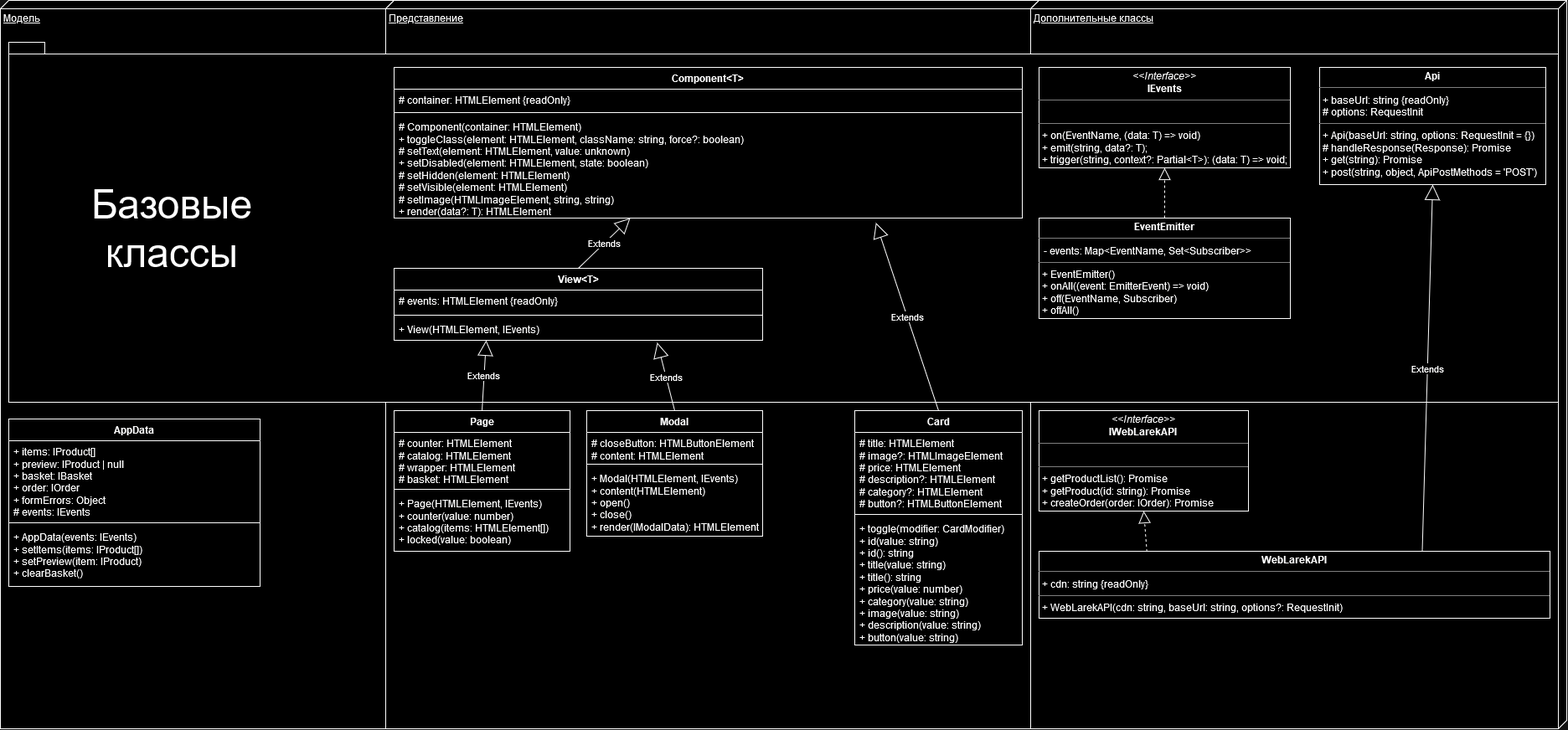
Earlier version of the draw.io export web-larek.drawio.png (Estisui/web-larek-frontend). Source tidied: cells renumbered, new cells last; positions are measured from the earlier drawing's top-left corner, leaving out a move shared by most shapes.
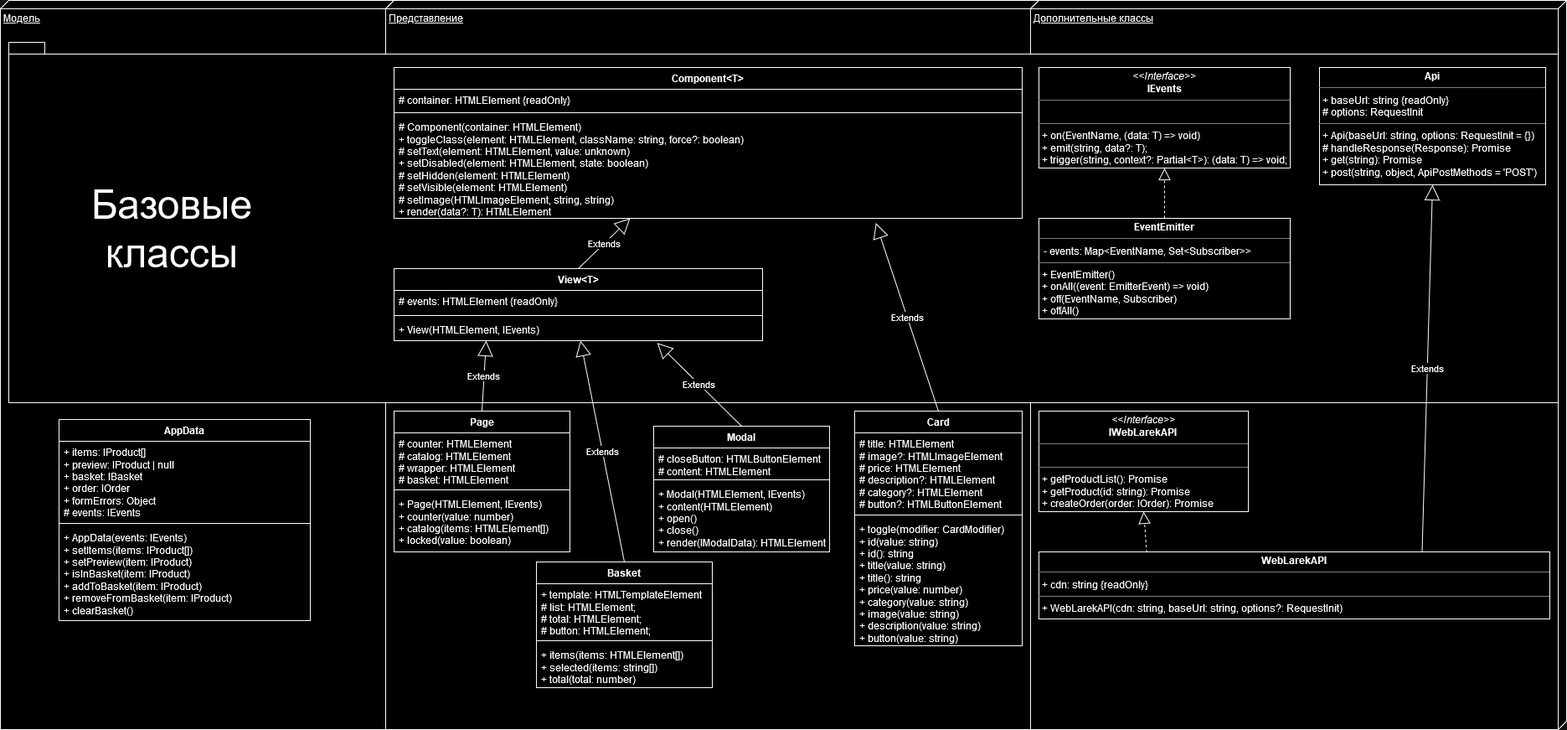
After the change.

Commit message:
feat: add basket component + logic + update readme

What changed in the source:
```diff
@@ -6,7 +6,7 @@
       <mxGeometry width="470" height="870" as="geometry" />
     </mxCell>
     <mxCell id="3" value="AppData" style="swimlane;fontStyle=1;align=center;verticalAlign=top;horizontal=1;startSize=26;whiteSpace=wrap;html=1;" parent="1" vertex="1">
-      <mxGeometry x="10" y="500" width="300" height="200" as="geometry" />
+      <mxGeometry x="70" y="500" width="300" height="240" as="geometry" />
     </mxCell>
     <mxCell id="4" value="+ items: IProduct[]&lt;br&gt;+&amp;nbsp;preview: IProduct | null&lt;br&gt;+ basket: IBasket&lt;br&gt;+&amp;nbsp;order: IOrder&lt;br&gt;+&amp;nbsp;formErrors: Object&lt;br&gt;# events: IEvents" style="text;strokeColor=none;fillColor=none;align=left;verticalAlign=top;spacingLeft=4;spacingRight=4;overflow=hidden;whiteSpace=wrap;html=1;" parent="3" vertex="1">
       <mxGeometry y="26" width="300" height="94" as="geometry" />
@@ -14,8 +14,8 @@
     <mxCell id="5" style="line;strokeWidth=1;fillColor=none;align=left;verticalAlign=middle;spacingTop=-1;spacingLeft=3;spacingRight=3;labelPosition=right;strokeColor=inherit;" parent="3" vertex="1">
       <mxGeometry y="120" width="300" height="8" as="geometry" />
     </mxCell>
-    <mxCell id="6" value="+ AppData(events: IEvents)&lt;br&gt;+&amp;nbsp;setItems(items: IProduct[])&lt;br&gt;+&amp;nbsp;setPreview(item: IProduct)&lt;br&gt;+ clearBasket()" style="text;strokeColor=none;fillColor=none;align=left;verticalAlign=top;spacingLeft=4;spacingRight=4;overflow=hidden;whiteSpace=wrap;html=1;" parent="3" vertex="1">
-      <mxGeometry y="128" width="300" height="72" as="geometry" />
+    <mxCell id="6" value="+ AppData(events: IEvents)&lt;br&gt;+&amp;nbsp;setItems(items: IProduct[])&lt;br&gt;&lt;div&gt;+&amp;nbsp;setPreview(item: IProduct)&lt;/div&gt;&lt;div&gt;+ isInBasket(item: IProduct)&lt;/div&gt;&lt;div&gt;+ addToBasket(item: IProduct)&lt;/div&gt;&lt;div&gt;+ removeFromBasket(item: IProduct)&lt;br&gt;&lt;/div&gt;+ clearBasket()" style="text;strokeColor=none;fillColor=none;align=left;verticalAlign=top;spacingLeft=4;spacingRight=4;overflow=hidden;whiteSpace=wrap;html=1;" parent="3" vertex="1">
+      <mxGeometry y="128" width="300" height="112" as="geometry" />
     </mxCell>
     <mxCell id="7" value="Представление" style="verticalAlign=top;align=left;spacingTop=8;spacingLeft=2;spacingRight=12;shape=cube;size=10;direction=south;fontStyle=4;html=1;whiteSpace=wrap;" parent="1" vertex="1">
       <mxGeometry x="460" width="780" height="870" as="geometry" />
@@ -105,7 +105,7 @@
       <mxGeometry y="98" width="210" height="70" as="geometry" />
     </mxCell>
     <mxCell id="36" value="Modal" style="swimlane;fontStyle=1;align=center;verticalAlign=top;horizontal=1;startSize=26;whiteSpace=wrap;html=1;" parent="1" vertex="1">
-      <mxGeometry x="700" y="490" width="210" height="150" as="geometry" />
+      <mxGeometry x="780" y="508" width="210" height="150" as="geometry" />
     </mxCell>
     <mxCell id="37" value="&lt;div&gt;# closeButton: HTMLButtonElement&lt;/div&gt;&lt;div&gt;# content: HTMLElement&lt;/div&gt;" style="text;strokeColor=none;fillColor=none;align=left;verticalAlign=top;spacingLeft=4;spacingRight=4;overflow=hidden;whiteSpace=wrap;html=1;" parent="36" vertex="1">
       <mxGeometry y="26" width="210" height="34" as="geometry" />
@@ -125,5 +125,20 @@
     <mxCell id="42" value="&lt;p style=&quot;margin:0px;margin-top:4px;text-align:center;&quot;&gt;&lt;b&gt;WebLarekAPI&lt;/b&gt;&lt;/p&gt;&lt;hr size=&quot;1&quot;&gt;&lt;p style=&quot;margin:0px;margin-left:4px;&quot;&gt;+ cdn: string {readOnly}&lt;/p&gt;&lt;hr size=&quot;1&quot;&gt;&lt;p style=&quot;margin:0px;margin-left:4px;&quot;&gt;+&amp;nbsp;WebLarekAPI(cdn: string, baseUrl: string, options?: RequestInit)&lt;/p&gt;" style="verticalAlign=top;align=left;overflow=fill;fontSize=12;fontFamily=Helvetica;html=1;whiteSpace=wrap;" parent="1" vertex="1">
       <mxGeometry x="1240" y="658" width="610" height="80" as="geometry" />
     </mxCell>
+    <mxCell id="43" value="Basket" style="swimlane;fontStyle=1;align=center;verticalAlign=top;horizontal=1;startSize=26;whiteSpace=wrap;html=1;" parent="1" vertex="1">
+      <mxGeometry x="640" y="670" width="210" height="150" as="geometry" />
+    </mxCell>
+    <mxCell id="44" value="&lt;div&gt;+ template: HTMLTemplateElement&lt;/div&gt;&lt;div&gt;# list: HTMLElement;&lt;br&gt;# total: HTMLElement;&lt;br&gt;# button: HTMLElement;&lt;br&gt;&lt;/div&gt;" style="text;strokeColor=none;fillColor=none;align=left;verticalAlign=top;spacingLeft=4;spacingRight=4;overflow=hidden;whiteSpace=wrap;html=1;" parent="43" vertex="1">
+      <mxGeometry y="26" width="210" height="64" as="geometry" />
+    </mxCell>
+    <mxCell id="45" style="line;strokeWidth=1;fillColor=none;align=left;verticalAlign=middle;spacingTop=-1;spacingLeft=3;spacingRight=3;labelPosition=right;strokeColor=inherit;" parent="43" vertex="1">
+      <mxGeometry y="90" width="210" height="8" as="geometry" />
+    </mxCell>
+    <mxCell id="46" value="&lt;div&gt;+ items(items: HTMLElement[])&lt;/div&gt;&lt;div&gt;+ selected(items: string[])&lt;/div&gt;&lt;div&gt;+ total(total: number)&lt;br&gt;&lt;/div&gt;" style="text;strokeColor=none;fillColor=none;align=left;verticalAlign=top;spacingLeft=4;spacingRight=4;overflow=hidden;whiteSpace=wrap;html=1;" parent="43" vertex="1">
+      <mxGeometry y="98" width="210" height="52" as="geometry" />
+    </mxCell>
+    <mxCell id="47" value="Extends" style="endArrow=block;endSize=16;endFill=0;html=1;rounded=0;exitX=0.5;exitY=0;exitDx=0;exitDy=0;" parent="1" edge="1" source="43" target="25">
+      <mxGeometry relative="1" as="geometry" />
+    </mxCell>
   </root>
 </mxGraphModel>
```
